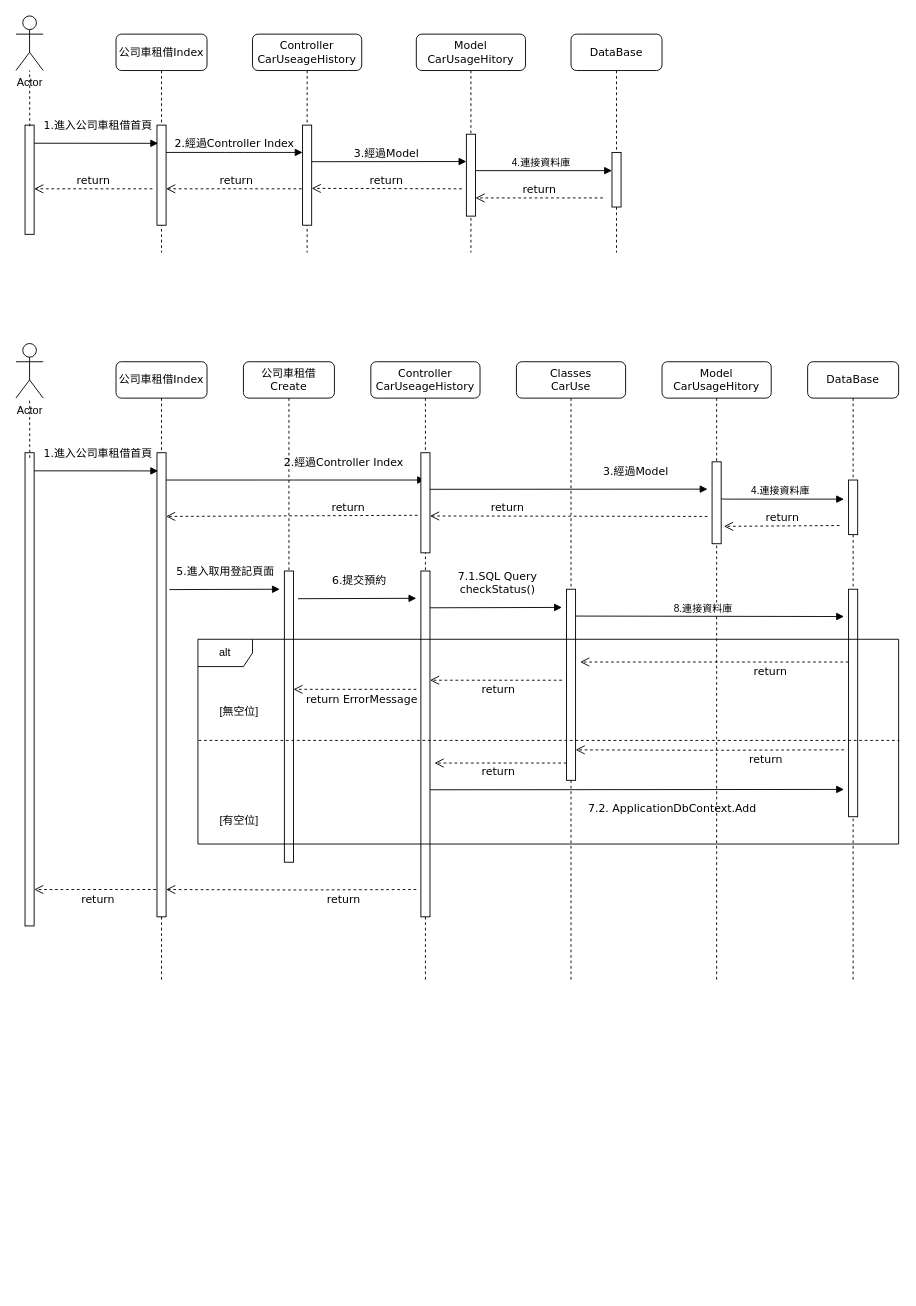
Before: images/公司車租借循序圖.drawio in merosun/windows, a draw.io diagram. Source tidied: cells renumbered, new cells numbered last; positions are measured from the earlier drawing's top-left corner, leaving out a move shared by most shapes. Both pictures are drawn from the tidied source at 91%, with x=0, y=0 at pixel (15, 15).
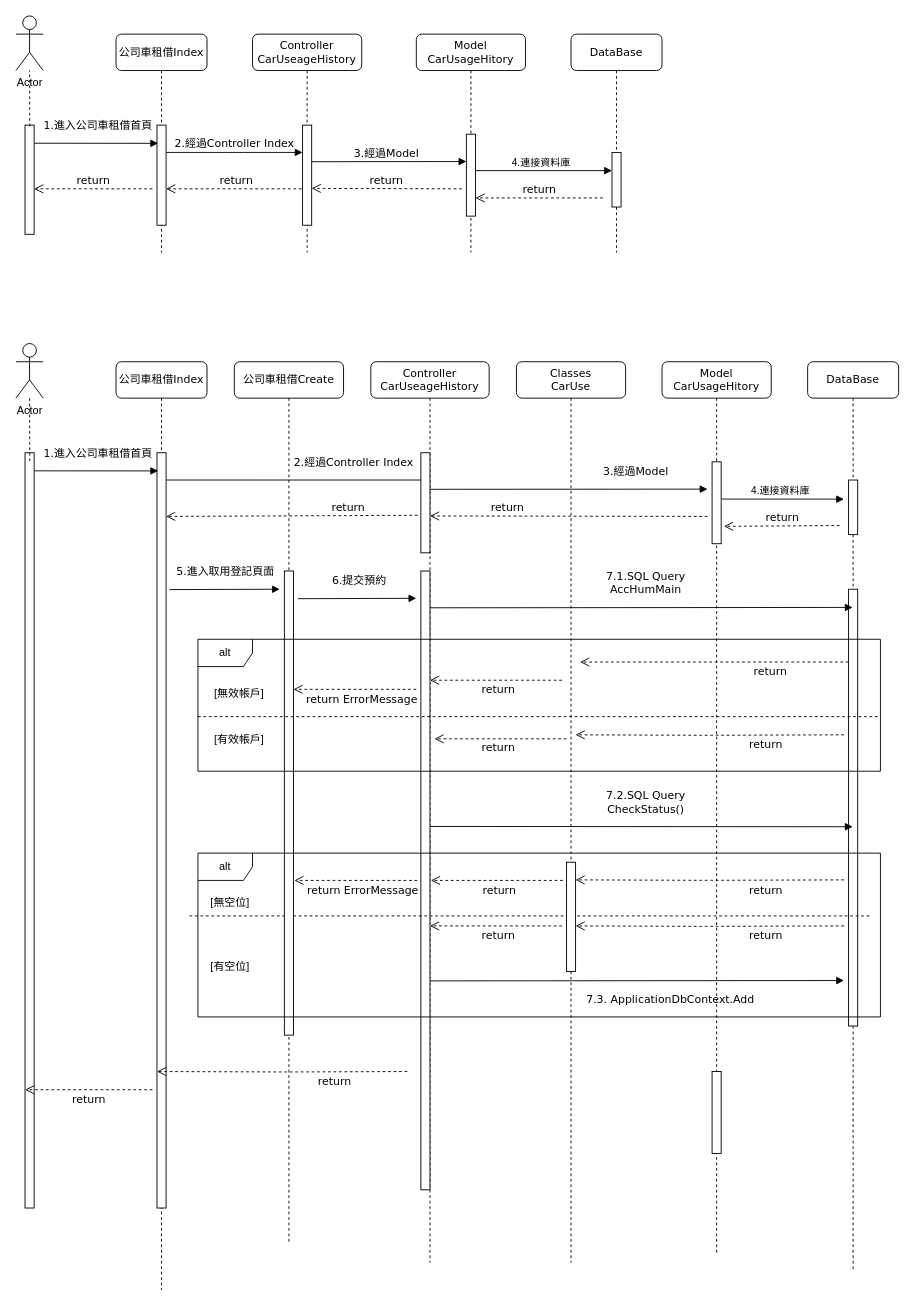
The same diagram, later.

Commit message (it also covers changes not shown here):
更新公司車租借循序圖.drawio

Diff of the diagram source:
```diff
@@
     <mxCell id="21" value="公司車租借Index" style="shape=umlLifeline;perimeter=lifelinePerimeter;whiteSpace=wrap;html=1;rounded=1;shadow=0;comic=0;labelBackgroundColor=none;strokeWidth=1;fontFamily=Verdana;fontSize=12;align=center;" parent="1" vertex="1">
-      <mxGeometry x="110" y="380" width="100" height="680" as="geometry" />
+      <mxGeometry x="110" y="380" width="100" height="1020" as="geometry" />
     </mxCell>
     <mxCell id="22" value="2.經過Controller Index" style="html=1;verticalAlign=bottom;endArrow=block;labelBackgroundColor=none;fontFamily=Verdana;fontSize=12;edgeStyle=elbowEdgeStyle;elbow=vertical;" parent="21" edge="1" target="39">
-      <mxGeometry x="0.37" y="10" relative="1" as="geometry">
+      <mxGeometry x="0.42" y="10" relative="1" as="geometry">
         <mxPoint x="55" y="130" as="sourcePoint" />
       </mxGeometry>
     </mxCell>
@@
-    <mxCell id="24" value="return" style="html=1;verticalAlign=bottom;endArrow=open;dashed=1;endSize=8;labelBackgroundColor=none;fontFamily=Verdana;fontSize=12;" parent="21" edge="1">
-      <mxGeometry x="-0.42" y="20" relative="1" as="geometry">
-        <mxPoint x="330" y="580" as="sourcePoint" />
-        <mxPoint x="55" y="580" as="targetPoint" />
-        <Array as="points">
-          <mxPoint x="200" y="580.5" />
-        </Array>
-      </mxGeometry>
-    </mxCell>
-    <mxCell id="25" value="return" style="html=1;verticalAlign=bottom;endArrow=open;dashed=1;endSize=8;labelBackgroundColor=none;fontFamily=Verdana;fontSize=12;" parent="21" edge="1">
-      <mxGeometry y="20" relative="1" as="geometry">
-        <mxPoint x="50" y="580" as="sourcePoint" />
-        <mxPoint x="-90" y="580" as="targetPoint" />
-      </mxGeometry>
-    </mxCell>
     <mxCell id="26" style="html=1;perimeter=orthogonalPerimeter;rounded=0;shadow=0;comic=0;labelBackgroundColor=none;strokeWidth=1;fontFamily=Verdana;fontSize=12;align=center;" parent="21" vertex="1">
-      <mxGeometry x="45" y="100" width="10" height="510" as="geometry" />
+      <mxGeometry x="45" y="100" width="10" height="830" as="geometry" />
     </mxCell>
     <mxCell id="27" value="DataBase" style="shape=umlLifeline;perimeter=lifelinePerimeter;whiteSpace=wrap;html=1;outlineConnect=0;rounded=1;shadow=0;comic=0;labelBackgroundColor=none;strokeWidth=1;fontFamily=Verdana;fontSize=12;align=center;" parent="1" vertex="1">
-      <mxGeometry x="870" y="380" width="100" height="680" as="geometry" />
+      <mxGeometry x="870" y="380" width="100" height="1000" as="geometry" />
     </mxCell>
@@
     <mxCell id="30" style="html=1;perimeter=orthogonalPerimeter;rounded=0;shadow=0;comic=0;labelBackgroundColor=none;strokeColor=#000000;strokeWidth=1;fillColor=#FFFFFF;fontFamily=Verdana;fontSize=12;fontColor=#000000;align=center;" parent="27" vertex="1">
-      <mxGeometry x="45" y="250" width="10" height="250" as="geometry" />
+      <mxGeometry x="45" y="250" width="10" height="480" as="geometry" />
     </mxCell>
@@
     <mxCell id="33" style="html=1;points=[];perimeter=orthogonalPerimeter;rounded=0;shadow=0;comic=0;labelBackgroundColor=none;strokeWidth=1;fontFamily=Verdana;fontSize=12;align=center;" parent="1" vertex="1">
-      <mxGeometry x="10" y="480" width="10" height="520" as="geometry" />
+      <mxGeometry x="10" y="480" width="10" height="830" as="geometry" />
     </mxCell>
     <mxCell id="34" value="Model&lt;br&gt;CarUsageHitory" style="shape=umlLifeline;perimeter=lifelinePerimeter;whiteSpace=wrap;html=1;rounded=1;shadow=0;comic=0;labelBackgroundColor=none;strokeWidth=1;fontFamily=Verdana;fontSize=12;align=center;" parent="1" vertex="1">
-      <mxGeometry x="710" y="380" width="120" height="680" as="geometry" />
+      <mxGeometry x="710" y="380" width="120" height="980" as="geometry" />
     </mxCell>
@@
     <mxCell id="39" value="Controller&lt;br&gt;CarUseageHistory" style="shape=umlLifeline;perimeter=lifelinePerimeter;whiteSpace=wrap;html=1;outlineConnect=0;rounded=1;shadow=0;comic=0;labelBackgroundColor=none;strokeWidth=1;fontFamily=Verdana;fontSize=12;align=center;" parent="1" vertex="1">
-      <mxGeometry x="390" y="380" width="120" height="680" as="geometry" />
+      <mxGeometry x="390" y="380" width="130" height="990" as="geometry" />
     </mxCell>
@@
     <mxCell id="41" style="html=1;perimeter=orthogonalPerimeter;rounded=0;shadow=0;comic=0;labelBackgroundColor=none;strokeWidth=1;fontFamily=Verdana;fontSize=12;align=center;" parent="39" vertex="1">
-      <mxGeometry x="55" y="230" width="10" height="380" as="geometry" />
+      <mxGeometry x="55" y="230" width="10" height="680" as="geometry" />
     </mxCell>
@@
     <mxCell id="43" value="公司車租借Create" style="shape=umlLifeline;perimeter=lifelinePerimeter;whiteSpace=wrap;html=1;rounded=1;shadow=0;comic=0;labelBackgroundColor=none;strokeWidth=1;fontFamily=Verdana;fontSize=12;align=center;" parent="1" vertex="1">
-      <mxGeometry x="250" y="380" width="100" height="240" as="geometry" />
+      <mxGeometry x="240" y="380" width="120" height="970" as="geometry" />
     </mxCell>
+    <mxCell id="24" value="return" style="html=1;verticalAlign=bottom;endArrow=open;dashed=1;endSize=8;labelBackgroundColor=none;fontFamily=Verdana;fontSize=12;" parent="43" edge="1">
+      <mxGeometry x="-0.42" y="20" relative="1" as="geometry">
+        <mxPoint x="190" y="780" as="sourcePoint" />
+        <mxPoint x="-85" y="780" as="targetPoint" />
+        <Array as="points">
+          <mxPoint x="60" y="780.5" />
+        </Array>
+      </mxGeometry>
+    </mxCell>
+    <mxCell id="64" style="endArrow=none;dashed=1;html=1;rounded=0;exitX=0.001;exitY=0.494;exitDx=0;exitDy=0;exitPerimeter=0;entryX=0.999;entryY=0.494;entryDx=0;entryDy=0;entryPerimeter=0;" parent="43" edge="1">
+      <mxGeometry relative="1" as="geometry">
+        <mxPoint x="-49.2" y="609" as="sourcePoint" />
+        <mxPoint x="699.2" y="609" as="targetPoint" />
+      </mxGeometry>
+    </mxCell>
+    <mxCell id="65" value="[無空位]" style="text;html=1;align=center;verticalAlign=middle;strokeColor=none;fillColor=none;" parent="43" vertex="1">
+      <mxGeometry x="-40" y="580" width="70" height="30" as="geometry" />
+    </mxCell>
+    <mxCell id="66" value="[有空位]" style="text;html=1;align=center;verticalAlign=middle;strokeColor=none;fillColor=none;" parent="43" vertex="1">
+      <mxGeometry x="-40" y="650" width="70" height="30" as="geometry" />
+    </mxCell>
+    <mxCell id="67" value="return" style="html=1;verticalAlign=bottom;endArrow=open;dashed=1;endSize=8;labelBackgroundColor=none;fontFamily=Verdana;fontSize=12;" parent="43" edge="1">
+      <mxGeometry x="-0.03" y="20" relative="1" as="geometry">
+        <mxPoint x="361" y="570" as="sourcePoint" />
+        <mxPoint x="216" y="570" as="targetPoint" />
+      </mxGeometry>
+    </mxCell>
+    <mxCell id="68" value="return ErrorMessage" style="html=1;verticalAlign=bottom;endArrow=open;dashed=1;endSize=8;labelBackgroundColor=none;fontFamily=Verdana;fontSize=12;" parent="43" edge="1">
+      <mxGeometry x="-0.11" y="20" relative="1" as="geometry">
+        <mxPoint x="201" y="570" as="sourcePoint" />
+        <mxPoint x="66" y="570" as="targetPoint" />
+      </mxGeometry>
+    </mxCell>
+    <mxCell id="69" value="return" style="html=1;verticalAlign=bottom;endArrow=open;dashed=1;endSize=8;labelBackgroundColor=none;fontFamily=Verdana;fontSize=12;" parent="43" edge="1">
+      <mxGeometry x="-0.03" y="20" relative="1" as="geometry">
+        <mxPoint x="360" y="620" as="sourcePoint" />
+        <mxPoint x="215" y="620" as="targetPoint" />
+      </mxGeometry>
+    </mxCell>
     <mxCell id="44" style="html=1;perimeter=orthogonalPerimeter;rounded=0;shadow=0;comic=0;labelBackgroundColor=none;strokeWidth=1;fontFamily=Verdana;fontSize=12;align=center;" parent="1" vertex="1">
-      <mxGeometry x="295" y="610" width="10" height="320" as="geometry" />
+      <mxGeometry x="295" y="610" width="10" height="510" as="geometry" />
     </mxCell>
@@
     <mxCell id="47" value="Classes&lt;br&gt;CarUse" style="shape=umlLifeline;perimeter=lifelinePerimeter;whiteSpace=wrap;html=1;rounded=1;shadow=0;comic=0;labelBackgroundColor=none;strokeWidth=1;fontFamily=Verdana;fontSize=12;align=center;" parent="1" vertex="1">
-      <mxGeometry x="550" y="380" width="120" height="680" as="geometry" />
+      <mxGeometry x="550" y="380" width="120" height="990" as="geometry" />
     </mxCell>
-    <mxCell id="48" style="html=1;verticalAlign=bottom;endArrow=block;labelBackgroundColor=none;fontFamily=Verdana;fontSize=12;edgeStyle=elbowEdgeStyle;elbow=vertical;exitX=0.9;exitY=0.237;exitDx=0;exitDy=0;exitPerimeter=0;" parent="47" edge="1">
-      <mxGeometry relative="1" as="geometry">
-        <mxPoint x="65" y="279.5" as="sourcePoint" />
-        <mxPoint x="360" y="280" as="targetPoint" />
-      </mxGeometry>
-    </mxCell>
-    <mxCell id="49" value="8.連接資料庫" style="edgeLabel;html=1;align=center;verticalAlign=middle;" parent="48" vertex="1">
-      <mxGeometry x="-0.05" y="2" relative="1" as="geometry">
-        <mxPoint y="-8" as="offset" />
-      </mxGeometry>
-    </mxCell>
+    <mxCell id="70" value="return" style="html=1;verticalAlign=bottom;endArrow=open;dashed=1;endSize=8;labelBackgroundColor=none;fontFamily=Verdana;fontSize=12;" parent="47" edge="1">
+      <mxGeometry x="-0.42" y="20" relative="1" as="geometry">
+        <mxPoint x="360" y="569.4" as="sourcePoint" />
+        <mxPoint x="65" y="569.4" as="targetPoint" />
+        <Array as="points">
+          <mxPoint x="210" y="569.9" />
+        </Array>
+      </mxGeometry>
+    </mxCell>
+    <mxCell id="71" value="return" style="html=1;verticalAlign=bottom;endArrow=open;dashed=1;endSize=8;labelBackgroundColor=none;fontFamily=Verdana;fontSize=12;" parent="47" edge="1">
+      <mxGeometry x="-0.42" y="20" relative="1" as="geometry">
+        <mxPoint x="360" y="620" as="sourcePoint" />
+        <mxPoint x="65" y="620" as="targetPoint" />
+        <Array as="points">
+          <mxPoint x="210" y="620.5" />
+        </Array>
+      </mxGeometry>
+    </mxCell>
     <mxCell id="50" style="html=1;perimeter=orthogonalPerimeter;rounded=0;shadow=0;comic=0;labelBackgroundColor=none;strokeWidth=1;fontFamily=Verdana;fontSize=12;align=center;" parent="1" vertex="1">
-      <mxGeometry x="605" y="630" width="10" height="210" as="geometry" />
+      <mxGeometry x="605" y="930" width="10" height="120" as="geometry" />
     </mxCell>
@@
-    <mxCell id="52" value="7.1.SQL Query&lt;br&gt;checkStatus()" style="html=1;verticalAlign=bottom;endArrow=block;labelBackgroundColor=none;fontFamily=Verdana;fontSize=12;edgeStyle=elbowEdgeStyle;elbow=vertical;exitX=1.32;exitY=0.127;exitDx=0;exitDy=0;exitPerimeter=0;" parent="1" edge="1">
+    <mxCell id="52" value="7.1.SQL Query&lt;br&gt;AccHumMain" style="html=1;verticalAlign=bottom;endArrow=block;labelBackgroundColor=none;fontFamily=Verdana;fontSize=12;edgeStyle=elbowEdgeStyle;elbow=vertical;exitX=1.32;exitY=0.127;exitDx=0;exitDy=0;exitPerimeter=0;" parent="1" edge="1" target="27">
       <mxGeometry x="0.02" y="10" relative="1" as="geometry">
         <mxPoint x="455" y="650.4" as="sourcePoint" />
-        <mxPoint x="600" y="650" as="targetPoint" />
       </mxGeometry>
     </mxCell>
     <mxCell id="53" value="alt" style="shape=umlFrame;whiteSpace=wrap;html=1;" parent="1" vertex="1">
-      <mxGeometry x="200" y="685" width="770" height="225" as="geometry" />
+      <mxGeometry x="200" y="685" width="750" height="145" as="geometry" />
     </mxCell>
-    <mxCell id="54" style="endArrow=none;dashed=1;html=1;rounded=0;entryX=1.001;entryY=0.494;entryDx=0;entryDy=0;entryPerimeter=0;exitX=0.001;exitY=0.494;exitDx=0;exitDy=0;exitPerimeter=0;" parent="1" edge="1" source="53" target="53">
-      <mxGeometry relative="1" as="geometry" />
+    <mxCell id="54" style="endArrow=none;dashed=1;html=1;rounded=0;exitX=0.001;exitY=0.494;exitDx=0;exitDy=0;exitPerimeter=0;" parent="1" edge="1">
+      <mxGeometry relative="1" as="geometry">
+        <mxPoint x="200" y="770" as="sourcePoint" />
+        <mxPoint x="950" y="770" as="targetPoint" />
+      </mxGeometry>
     </mxCell>
-    <mxCell id="55" value="[無空位]" style="text;html=1;align=center;verticalAlign=middle;strokeColor=none;fillColor=none;" parent="1" vertex="1">
-      <mxGeometry x="210" y="750" width="70" height="30" as="geometry" />
+    <mxCell id="55" value="[無效帳戶]" style="text;html=1;align=center;verticalAlign=middle;strokeColor=none;fillColor=none;" parent="1" vertex="1">
+      <mxGeometry x="205" y="730" width="80" height="30" as="geometry" />
     </mxCell>
-    <mxCell id="56" value="[有空位]" style="text;html=1;align=center;verticalAlign=middle;strokeColor=none;fillColor=none;" parent="1" vertex="1">
-      <mxGeometry x="210" y="870" width="70" height="30" as="geometry" />
+    <mxCell id="56" value="[有效帳戶]" style="text;html=1;align=center;verticalAlign=middle;strokeColor=none;fillColor=none;" parent="1" vertex="1">
+      <mxGeometry x="205" y="780" width="80" height="30" as="geometry" />
     </mxCell>
@@
     <mxCell id="60" value="return" style="html=1;verticalAlign=bottom;endArrow=open;dashed=1;endSize=8;labelBackgroundColor=none;fontFamily=Verdana;fontSize=12;" parent="1" edge="1">
       <mxGeometry x="-0.42" y="20" relative="1" as="geometry">
-        <mxPoint x="910" y="806.5" as="sourcePoint" />
-        <mxPoint x="615" y="806.5" as="targetPoint" />
+        <mxPoint x="910" y="790" as="sourcePoint" />
+        <mxPoint x="615" y="790" as="targetPoint" />
         <Array as="points">
-          <mxPoint x="760" y="807" />
+          <mxPoint x="760" y="790.5" />
         </Array>
       </mxGeometry>
     </mxCell>
     <mxCell id="61" value="return" style="html=1;verticalAlign=bottom;endArrow=open;dashed=1;endSize=8;labelBackgroundColor=none;fontFamily=Verdana;fontSize=12;" parent="1" edge="1">
       <mxGeometry x="0.03" y="19" relative="1" as="geometry">
-        <mxPoint x="605" y="821" as="sourcePoint" />
-        <mxPoint x="460" y="821" as="targetPoint" />
+        <mxPoint x="605" y="794.4" as="sourcePoint" />
+        <mxPoint x="460" y="794.4" as="targetPoint" />
       </mxGeometry>
     </mxCell>
+    <mxCell id="63" value="return" style="html=1;verticalAlign=bottom;endArrow=open;dashed=1;endSize=8;labelBackgroundColor=none;fontFamily=Verdana;fontSize=12;" parent="1" edge="1">
+      <mxGeometry relative="1" as="geometry">
+        <mxPoint x="150" y="190" as="sourcePoint" />
+        <mxPoint x="20" y="190" as="targetPoint" />
+      </mxGeometry>
+    </mxCell>
+    <mxCell id="25" value="return" style="html=1;verticalAlign=bottom;endArrow=open;dashed=1;endSize=8;labelBackgroundColor=none;fontFamily=Verdana;fontSize=12;" parent="1" edge="1">
+      <mxGeometry y="20" relative="1" as="geometry">
+        <mxPoint x="150" y="1180" as="sourcePoint" />
+        <mxPoint x="10" y="1180" as="targetPoint" />
+      </mxGeometry>
+    </mxCell>
+    <mxCell id="72" value="7.2.SQL Query&lt;br&gt;CheckStatus()" style="html=1;verticalAlign=bottom;endArrow=block;labelBackgroundColor=none;fontFamily=Verdana;fontSize=12;edgeStyle=elbowEdgeStyle;elbow=vertical;exitX=1.32;exitY=0.127;exitDx=0;exitDy=0;exitPerimeter=0;" parent="1" edge="1" target="27">
+      <mxGeometry x="0.02" y="10" relative="1" as="geometry">
+        <mxPoint x="455" y="890.7" as="sourcePoint" />
+      </mxGeometry>
+    </mxCell>
+    <mxCell id="73" value="alt" style="shape=umlFrame;whiteSpace=wrap;html=1;" parent="1" vertex="1">
+      <mxGeometry x="200" y="920" width="750" height="180" as="geometry" />
+    </mxCell>
-    <mxCell id="62" value="7.2. ApplicationDbContext.Add" style="html=1;verticalAlign=bottom;endArrow=block;labelBackgroundColor=none;fontFamily=Verdana;fontSize=12;edgeStyle=elbowEdgeStyle;elbow=vertical;exitX=1.32;exitY=0.127;exitDx=0;exitDy=0;exitPerimeter=0;" parent="1" edge="1">
-      <mxGeometry x="0.17" y="-30" relative="1" as="geometry">
-        <mxPoint x="455" y="850.4" as="sourcePoint" />
-        <mxPoint x="910" y="850" as="targetPoint" />
+    <mxCell id="62" value="7.3. ApplicationDbContext.Add" style="html=1;verticalAlign=bottom;endArrow=block;labelBackgroundColor=none;fontFamily=Verdana;fontSize=12;edgeStyle=elbowEdgeStyle;elbow=vertical;exitX=1.32;exitY=0.127;exitDx=0;exitDy=0;exitPerimeter=0;" parent="1" edge="1">
+      <mxGeometry x="0.16" y="-30" relative="1" as="geometry">
+        <mxPoint x="455" y="1060.4" as="sourcePoint" />
+        <mxPoint x="910" y="1060" as="targetPoint" />
       </mxGeometry>
     </mxCell>
-    <mxCell id="63" value="return" style="html=1;verticalAlign=bottom;endArrow=open;dashed=1;endSize=8;labelBackgroundColor=none;fontFamily=Verdana;fontSize=12;" parent="1" edge="1">
-      <mxGeometry relative="1" as="geometry">
-        <mxPoint x="150" y="190" as="sourcePoint" />
-        <mxPoint x="20" y="190" as="targetPoint" />
-      </mxGeometry>
-    </mxCell>
+    <mxCell id="74" style="html=1;perimeter=orthogonalPerimeter;rounded=0;shadow=0;comic=0;labelBackgroundColor=none;strokeWidth=1;fontFamily=Verdana;fontSize=12;align=center;" parent="1" vertex="1">
+      <mxGeometry x="765" y="1160" width="10" height="90" as="geometry" />
+    </mxCell>
```
